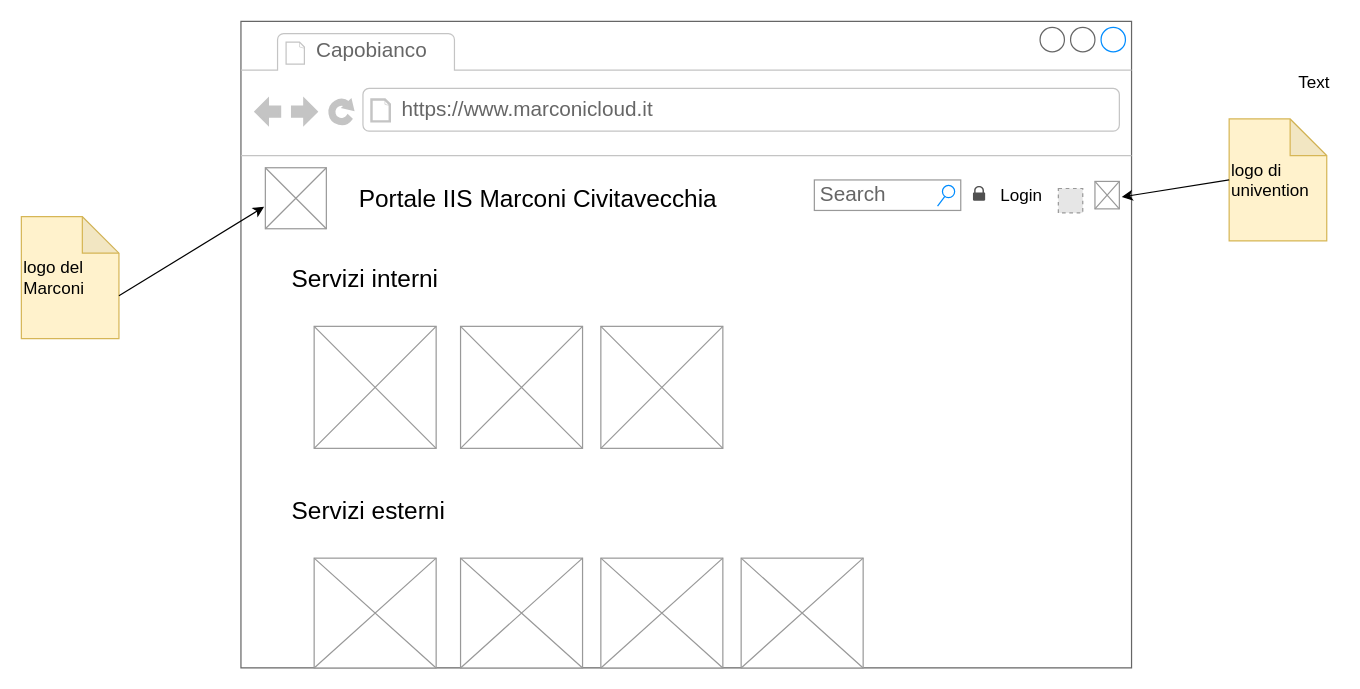
This is Primo diagramma.drawio from wbigger/2021-informatica-html5, a draw.io file, before an edit. Source tidied: cells renumbered, new cells numbered last; positions are measured from the earlier drawing's top-left corner, leaving out a move shared by most shapes. Both pictures are drawn from the tidied source at 122%, with x=0, y=0 at pixel (21, 21). Pictures stored in the file or linked from it are replaced by grey dashed boxes.
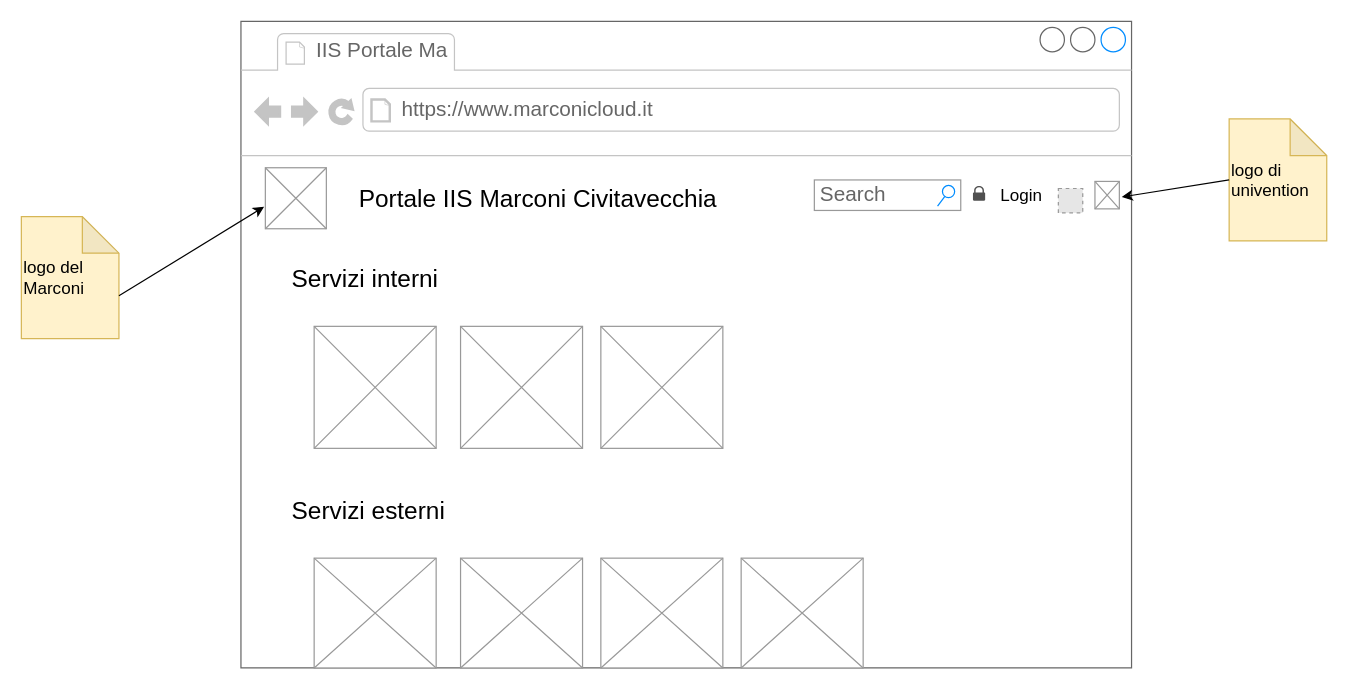
After the change.

Commit message:
Minor text improvment

The change refers to these unchanged cells:
```xml
<mxCell id="2" style="strokeWidth=1;shadow=0;dashed=0;align=center;html=1;shape=mxgraph.mockup.containers.browserWindow;rSize=0;strokeColor=#666666;strokeColor2=#008cff;strokeColor3=#c4c4c4;mainText=,;" parent="1" vertex="1">
  <mxGeometry x="180" width="730" height="530" as="geometry" />
</mxCell>
```

The edit, as a diff of the source:
```diff
@@
-    <mxCell id="3" value="Capobianco" style="strokeWidth=1;shadow=0;dashed=0;align=center;html=1;shape=mxgraph.mockup.containers.anchor;fontSize=17;fontColor=#666666;align=left;" parent="2" vertex="1">
+    <mxCell id="3" value="IIS Portale Ma" style="strokeWidth=1;shadow=0;dashed=0;align=center;html=1;shape=mxgraph.mockup.containers.anchor;fontSize=17;fontColor=#666666;align=left;" parent="2" vertex="1">
       <mxGeometry x="60" y="12" width="110" height="26" as="geometry" />
     </mxCell>
@@
-    <mxCell id="22" value="Text" style="text;html=1;strokeColor=none;fillColor=none;align=center;verticalAlign=middle;whiteSpace=wrap;rounded=0;fontSize=14;" parent="1" vertex="1">
-      <mxGeometry x="1040" y="40" width="40" height="20" as="geometry" />
-    </mxCell>
```
